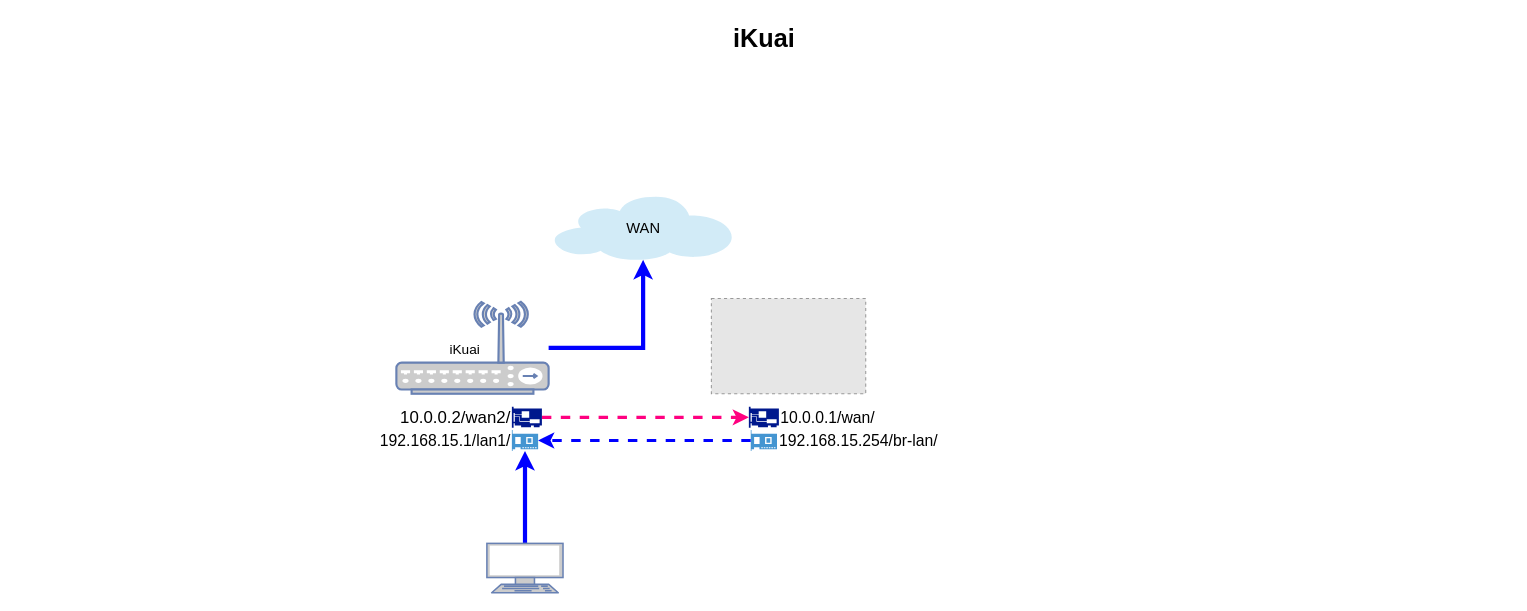
Before: Untitled Diagram.drawio in martin2038/csfans, a draw.io diagram. Source tidied: cells renumbered, new cells numbered last; positions are measured from the earlier drawing's top-left corner, leaving out a move shared by most shapes. Both pictures are drawn from the tidied source at 105%, with x=0, y=0 at pixel (18, 18). Pictures stored in the file or linked from it are replaced by grey dashed boxes.
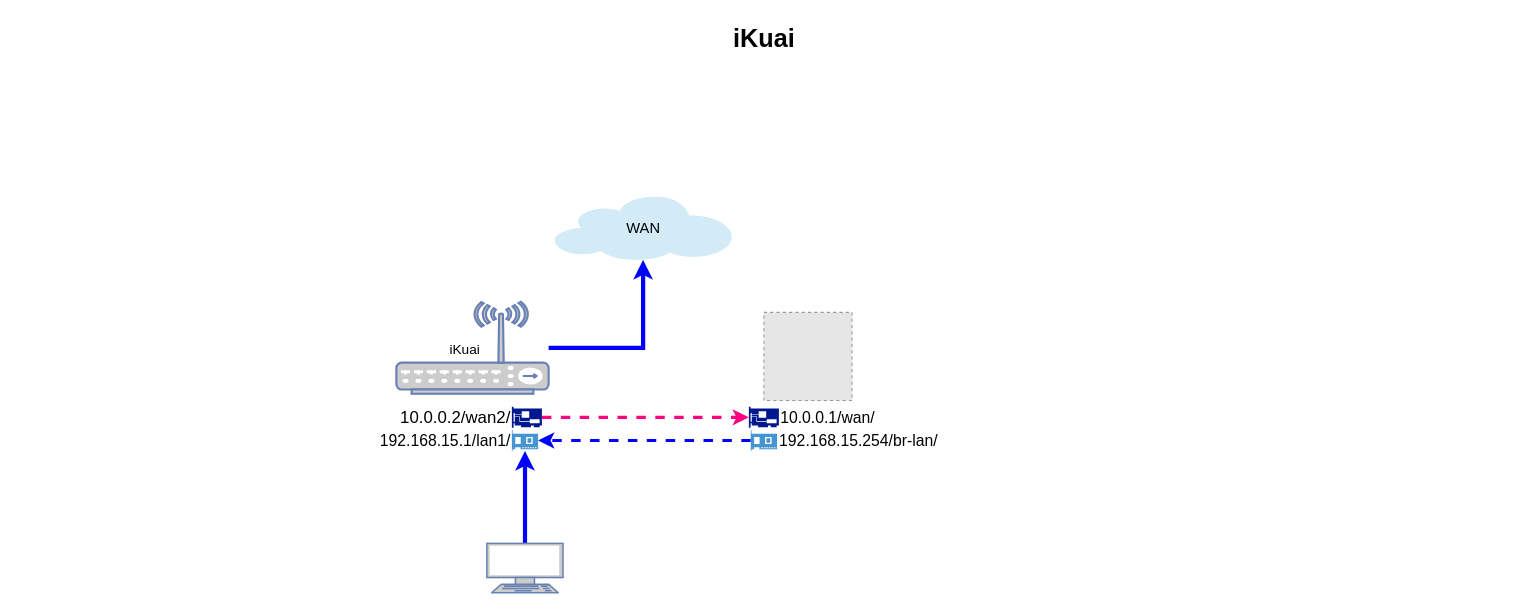
The same page after the edit.

Change to the diagram source:
```diff
@@
 <mxGraphModel>
   <root>
     <mxCell id="0" />
     <mxCell id="1" parent="0" />
     <mxCell id="2" value="WAN" style="shadow=0;dashed=0;html=1;strokeColor=none;fillColor=#4495D1;labelPosition=center;verticalLabelPosition=middle;verticalAlign=middle;shape=mxgraph.veeam.2d.cloud;fontSize=14;align=center;" parent="1" vertex="1">
       <mxGeometry x="510" y="170" width="170" height="60" as="geometry" />
     </mxCell>
     <mxCell id="3" value="iKuai" style="text;strokeColor=none;fillColor=none;html=1;fontSize=24;fontStyle=1;verticalAlign=middle;align=center;" parent="1" vertex="1">
       <mxGeometry width="1420" height="40" as="geometry" />
     </mxCell>
     <mxCell id="4" style="edgeStyle=orthogonalEdgeStyle;rounded=0;jettySize=auto;html=1;strokeColor=#0000FF;strokeWidth=4;" parent="1" edge="1" source="5" target="2">
       <mxGeometry relative="1" as="geometry" />
     </mxCell>
     <mxCell id="5" style="fontColor=#0066CC;verticalAlign=top;verticalLabelPosition=bottom;labelPosition=center;align=center;html=1;outlineConnect=0;fillColor=#CCCCCC;strokeColor=#6881B3;gradientColor=none;gradientDirection=north;strokeWidth=2;shape=mxgraph.networks.wireless_hub;" parent="1" vertex="1">
       <mxGeometry x="360" y="270" width="145" height="87.5" as="geometry" />
     </mxCell>
     <mxCell id="6" value="iKuai&lt;br style=&quot;font-size: 13px;&quot;&gt;" style="text;html=1;align=center;verticalAlign=middle;strokeColor=none;fillColor=none;fontSize=13;" parent="1" vertex="1">
       <mxGeometry x="400" y="300" width="50" height="30" as="geometry" />
     </mxCell>
-    <mxCell id="7" style="fillColor=#E6E6E6;strokeColor=#999999;dashed=1;verticalLabelPosition=bottom;verticalAlign=top;" parent="1" vertex="1">
-      <mxGeometry x="660" y="266.8" width="147" height="90.7" as="geometry" />
-    </mxCell>
     <mxCell id="8" value="10.0.0.1/wan/" style="sketch=0;shadow=0;dashed=0;html=1;strokeColor=none;labelPosition=right;verticalLabelPosition=middle;verticalAlign=middle;align=left;fillColor=#00188D;shape=mxgraph.mscae.enterprise.network_card;fontSize=15;" parent="1" vertex="1">
       <mxGeometry x="695.7" y="370" width="28.6" height="20" as="geometry" />
     </mxCell>
     <mxCell id="9" style="edgeStyle=orthogonalEdgeStyle;rounded=0;jettySize=auto;html=1;dashed=1;strokeColor=#0000FF;strokeWidth=3;fontSize=15;fontColor=#FF0000;" parent="1" edge="1" source="10" target="15">
       <mxGeometry relative="1" as="geometry" />
     </mxCell>
     <mxCell id="10" value="192.168.15.254/br-lan/" style="shadow=0;dashed=0;html=1;strokeColor=none;fillColor=#4495D1;labelPosition=right;verticalLabelPosition=middle;verticalAlign=middle;align=left;outlineConnect=0;shape=mxgraph.veeam.2d.network_card;fontSize=15;" parent="1" vertex="1">
       <mxGeometry x="697.5" y="392" width="25" height="20" as="geometry" />
     </mxCell>
     <mxCell id="11" style="edgeStyle=orthogonalEdgeStyle;rounded=0;jettySize=auto;html=1;entryX=0;entryY=0.5;entryDx=0;entryDy=0;entryPerimeter=0;fontColor=#CCFFCC;strokeColor=#FF0080;strokeWidth=3;dashed=1;" parent="1" edge="1" source="12" target="8">
       <mxGeometry relative="1" as="geometry" />
     </mxCell>
     <mxCell id="12" value="10.0.0.2/wan2/" style="sketch=0;shadow=0;dashed=0;html=1;strokeColor=none;labelPosition=left;verticalLabelPosition=middle;verticalAlign=middle;align=right;fillColor=#00188D;shape=mxgraph.mscae.enterprise.network_card;fontSize=16;" parent="1" vertex="1">
       <mxGeometry x="470" y="370" width="28.6" height="20" as="geometry" />
     </mxCell>
     <mxCell id="13" style="edgeStyle=orthogonalEdgeStyle;rounded=0;jettySize=auto;html=1;strokeColor=#0000FF;fontColor=#CCFFCC;strokeWidth=4;" parent="1" edge="1" source="14" target="15">
       <mxGeometry relative="1" as="geometry" />
     </mxCell>
     <mxCell id="14" style="fontColor=#0066CC;verticalAlign=top;verticalLabelPosition=bottom;labelPosition=center;align=center;html=1;outlineConnect=0;fillColor=#CCCCCC;strokeColor=#6881B3;gradientColor=none;gradientDirection=north;strokeWidth=2;shape=mxgraph.networks.terminal;" parent="1" vertex="1">
       <mxGeometry x="446.2" y="500" width="72.5" height="47" as="geometry" />
     </mxCell>
     <mxCell id="15" value="192.168.15.1/lan1/" style="shadow=0;dashed=0;html=1;strokeColor=none;fillColor=#4495D1;labelPosition=left;verticalLabelPosition=middle;verticalAlign=middle;align=right;outlineConnect=0;shape=mxgraph.veeam.2d.network_card;fontSize=15;" parent="1" vertex="1">
       <mxGeometry x="470" y="392" width="25" height="20" as="geometry" />
     </mxCell>
+    <mxCell id="16" style="fillColor=#E6E6E6;strokeColor=#999999;dashed=1;verticalLabelPosition=bottom;verticalAlign=top;fontSize=15;fontColor=#FF0000;" parent="1" vertex="1">
+      <mxGeometry x="710" y="280" width="84" height="84" as="geometry" />
+    </mxCell>
   </root>
 </mxGraphModel>
```
